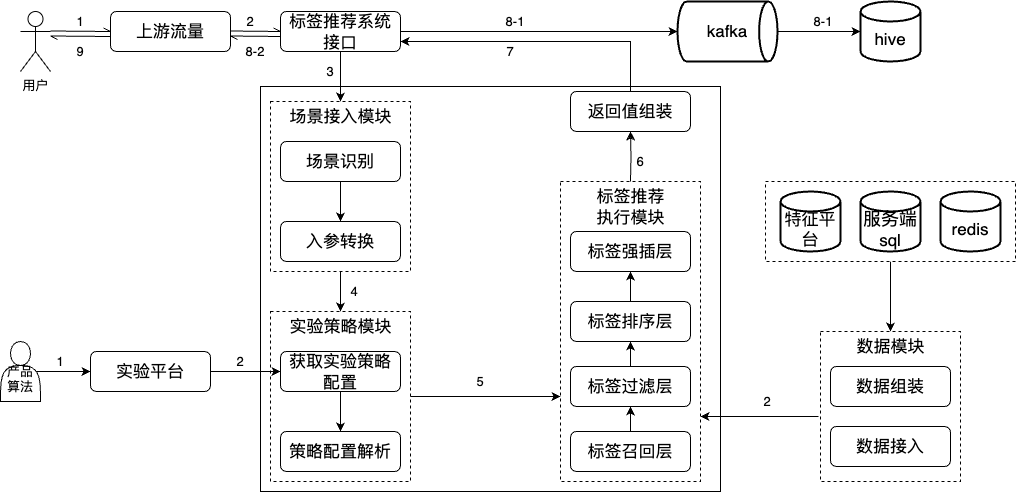
This is work-draw-file/标签平台数据链路图.png from liujunao/draw-data, a draw.io export, as it was before one commit. Source tidied: cells renumbered, new cells last; positions are measured from the earlier drawing's top-left corner, leaving out a move shared by most shapes.
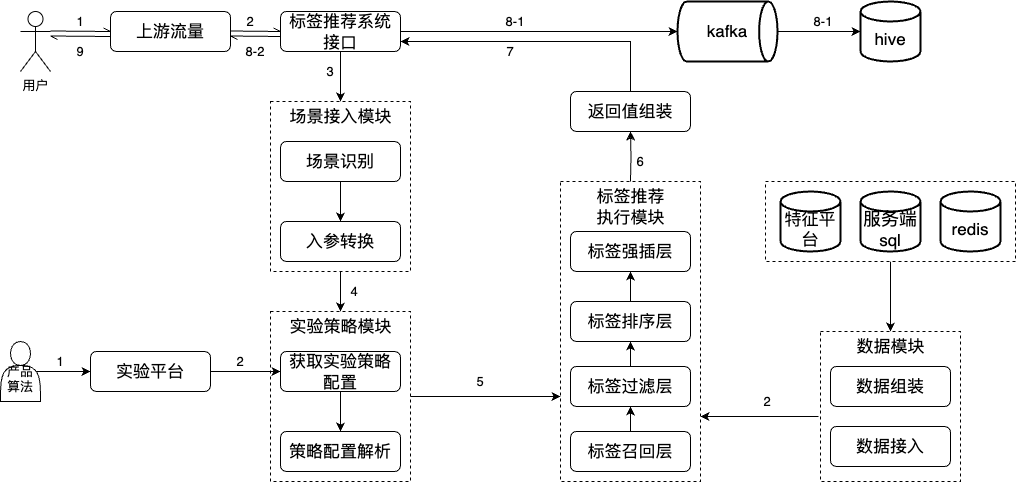
After the change.

Commit message:
更新标签平台数据链路图.png

The edit, as a diff of the source:
```diff
@@ -8,9 +8,6 @@
     <mxCell id="3" style="rounded=0;whiteSpace=wrap;html=1;dashed=1;" parent="1" vertex="1">
       <mxGeometry x="765" y="180" width="250" height="80" as="geometry" />
     </mxCell>
-    <mxCell id="4" style="rounded=0;whiteSpace=wrap;html=1;" parent="1" vertex="1">
-      <mxGeometry x="260" y="85" width="460" height="405" as="geometry" />
-    </mxCell>
     <mxCell id="5" style="rounded=0;whiteSpace=wrap;html=1;dashed=1;" parent="1" vertex="1">
       <mxGeometry x="820" y="330" width="140" height="150" as="geometry" />
     </mxCell>
```
